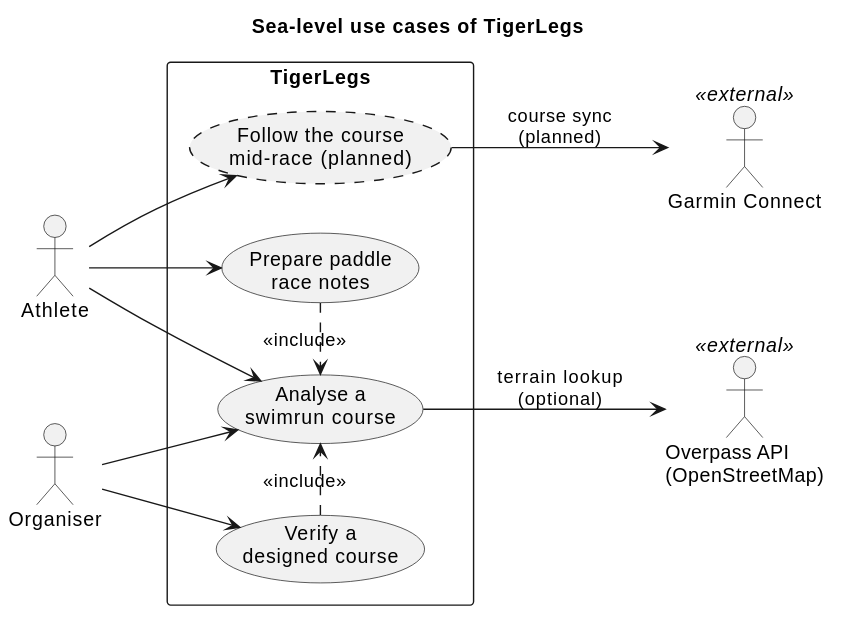
This is docs/diagrams/use-cases.svg from swimrun/tigerlegs, a PlantUML export, as it was before one commit.
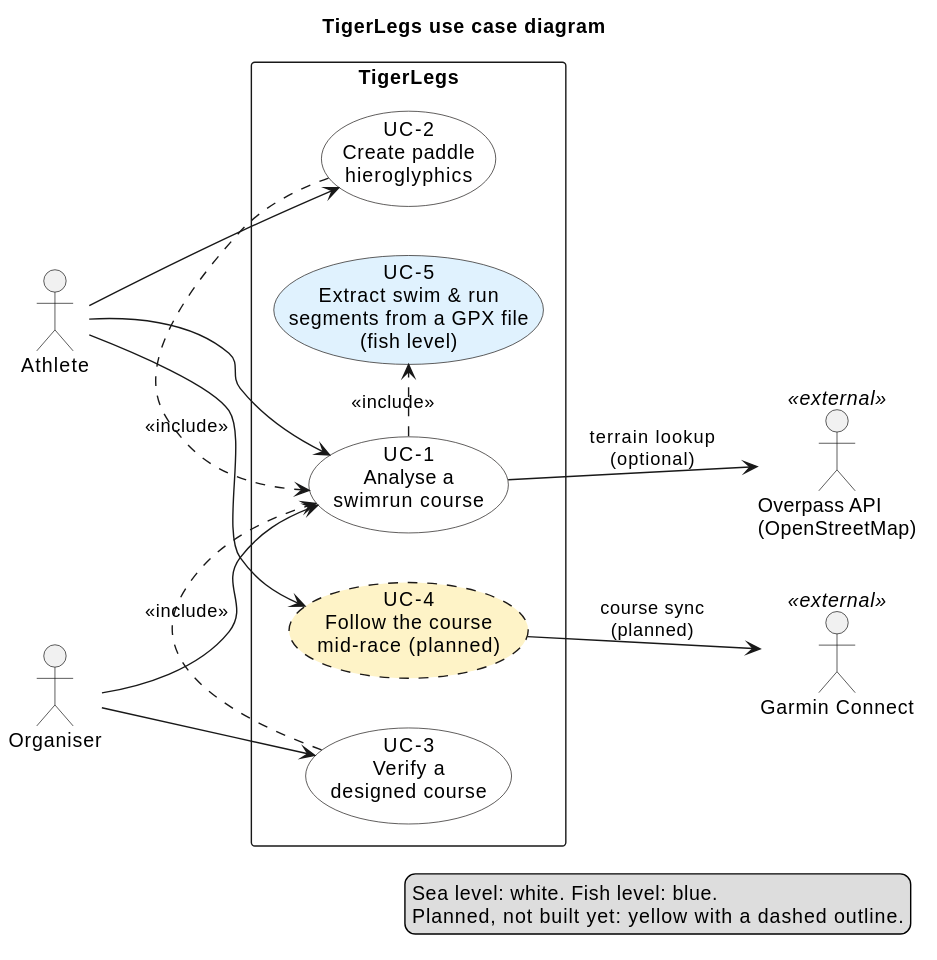
After the commit.

What changed in the source:
```diff
@@ -1,6 +1,10 @@
 @startuml
 left to right direction
-title Sea-level use cases of TigerLegs
+title TigerLegs use case diagram
+skinparam usecase {
+  BackgroundColor #FFFFFF
+  BorderColor #1c1917
+}
 
 actor Athlete as athlete
 actor Organiser as organiser
@@ -8,21 +12,28 @@
 actor "Garmin Connect" as garmin << external >>
 
 rectangle TigerLegs {
-  usecase "Analyse a\nswimrun course" as UCA
-  usecase "Prepare paddle\nrace notes" as UCB
-  usecase "Verify a\ndesigned course" as UCC
-  usecase "Follow the course\nmid-race (planned)" as UCD #line.dashed
+  usecase "UC-1\nAnalyse a\nswimrun course" as UC1
+  usecase "UC-2\nCreate paddle\nhieroglyphics" as UC2
+  usecase "UC-3\nVerify a\ndesigned course" as UC3
+  usecase "UC-4\nFollow the course\nmid-race (planned)" as UC4 #FEF3C7;line.dashed
+  usecase "UC-5\nExtract swim & run\nsegments from a GPX file\n(fish level)" as UC5 #E0F2FE
 }
 
-athlete --> UCA
-athlete --> UCB
-athlete --> UCD
-organiser --> UCA
-organiser --> UCC
+athlete --> UC1
+athlete --> UC2
+athlete --> UC4
+organiser --> UC1
+organiser --> UC3
 
-UCB .> UCA : <<include>>
-UCC .> UCA : <<include>>
+UC1 .> UC5 : <<include>>
+UC2 .> UC1 : <<include>>
+UC3 .> UC1 : <<include>>
 
-UCA --> overpass : terrain lookup\n(optional)
-UCD --> garmin : course sync\n(planned)
+UC1 --> overpass : terrain lookup\n(optional)
+UC4 --> garmin : course sync\n(planned)
+
+legend right
+  Sea level: white. Fish level: blue.
+  Planned, not built yet: yellow with a dashed outline.
+endlegend
 @enduml
```
